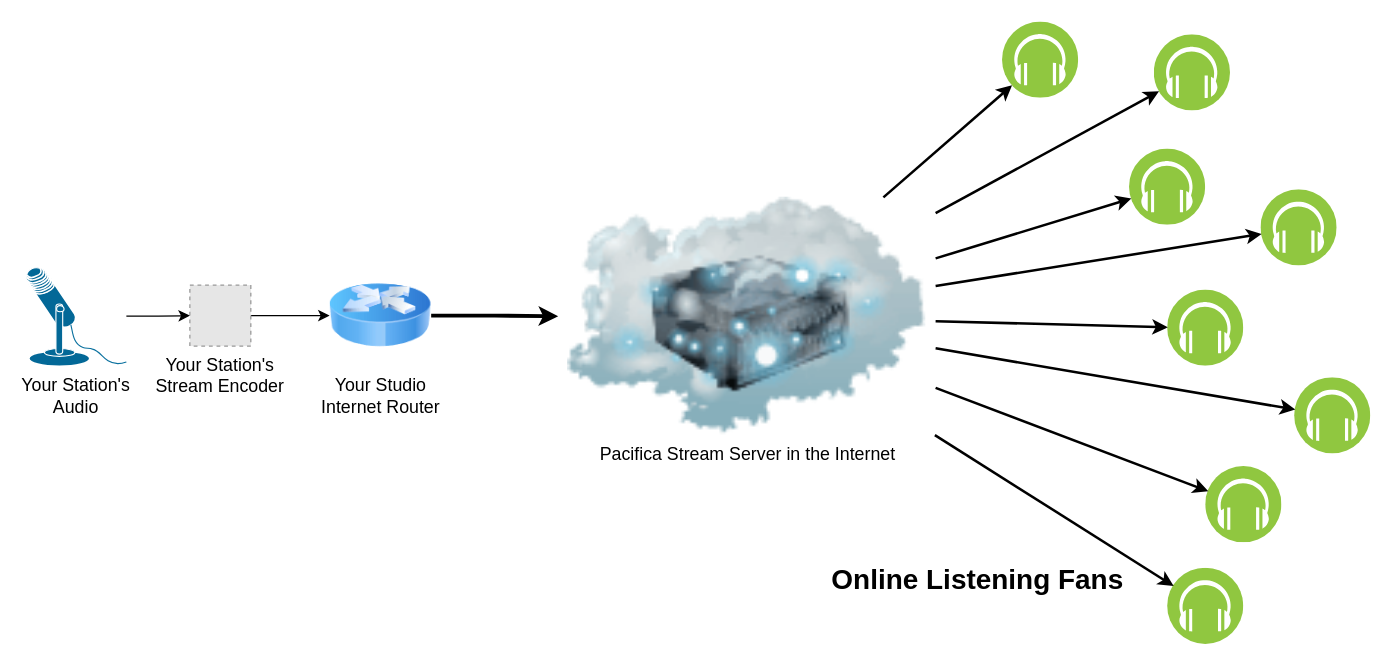
opensourceradio/ram keeps this draw.io diagram as docs/images/icecast-streaming.drawio. Above is the earlier version. Source tidied: cells renumbered, new cells numbered last; positions are measured from the earlier drawing's top-left corner, leaving out a move shared by most shapes. Both pictures are drawn from the tidied source at 127%, with x=0, y=0 at pixel (24, 22). Pictures stored in the file or linked from it are replaced by grey dashed boxes.
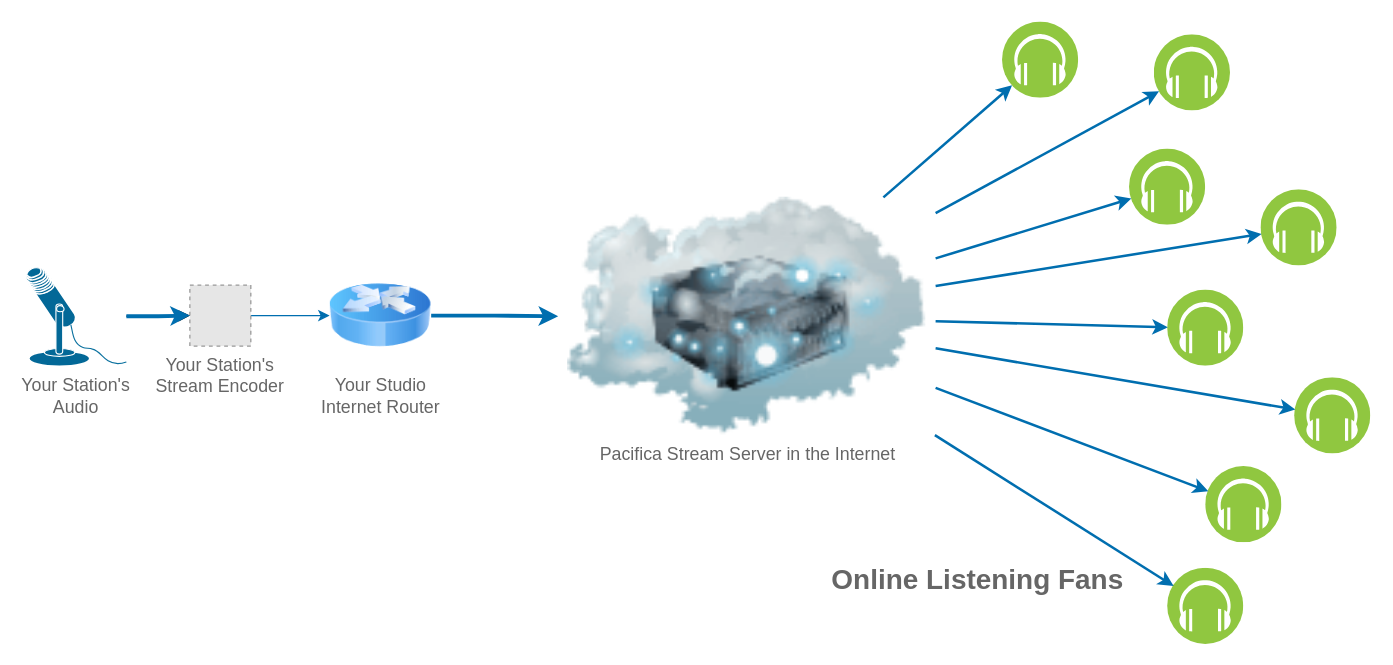
After the change.

Commit message (it also covers changes not shown here):
Ignore more drawio temp files.

Tweak image settings.

The change refers to these unchanged cells:
```xml
<mxCell id="9" style="perimeter=ellipsePerimeter;html=1;align=center;shadow=0;dashed=0;fontColor=#4277BB;labelBackgroundColor=#ffffff;fontSize=12;spacingTop=3;image;image=img/lib/ibm/blockchain/event_listener.svg;" parent="1" vertex="1">
  <mxGeometry x="870" y="100" width="60" height="60" as="geometry" />
</mxCell>
<mxCell id="10" style="perimeter=ellipsePerimeter;html=1;align=center;shadow=0;dashed=0;fontColor=#4277BB;labelBackgroundColor=#ffffff;fontSize=12;spacingTop=3;image;image=img/lib/ibm/blockchain/event_listener.svg;" parent="1" vertex="1">
  <mxGeometry x="889.5" y="10" width="60" height="60" as="geometry" />
</mxCell>
<mxCell id="11" style="perimeter=ellipsePerimeter;html=1;align=center;shadow=0;dashed=0;fontColor=#4277BB;labelBackgroundColor=#ffffff;fontSize=12;spacingTop=3;image;image=img/lib/ibm/blockchain/event_listener.svg;" parent="1" vertex="1">
  <mxGeometry x="770" width="60" height="60" as="geometry" />
</mxCell>
<mxCell id="12" style="perimeter=ellipsePerimeter;html=1;align=center;shadow=0;dashed=0;fontColor=#4277BB;labelBackgroundColor=#ffffff;fontSize=12;spacingTop=3;image;image=img/lib/ibm/blockchain/event_listener.svg;" parent="1" vertex="1">
  <mxGeometry x="973.5" y="132" width="60" height="60" as="geometry" />
</mxCell>
<mxCell id="13" style="perimeter=ellipsePerimeter;html=1;align=center;shadow=0;dashed=0;fontColor=#4277BB;labelBackgroundColor=#ffffff;fontSize=12;spacingTop=3;image;image=img/lib/ibm/blockchain/event_listener.svg;" parent="1" vertex="1">
  <mxGeometry x="900" y="211" width="60" height="60" as="geometry" />
</mxCell>
<mxCell id="14" style="perimeter=ellipsePerimeter;html=1;align=center;shadow=0;dashed=0;fontColor=#4277BB;labelBackgroundColor=#ffffff;fontSize=12;spacingTop=3;image;image=img/lib/ibm/blockchain/event_listener.svg;" parent="1" vertex="1">
  <mxGeometry x="1000" y="280" width="60" height="60" as="geometry" />
</mxCell>
<mxCell id="15" style="perimeter=ellipsePerimeter;html=1;align=center;shadow=0;dashed=0;fontColor=#4277BB;labelBackgroundColor=#ffffff;fontSize=12;spacingTop=3;image;image=img/lib/ibm/blockchain/event_listener.svg;" parent="1" vertex="1">
  <mxGeometry x="930" y="350" width="60" height="60" as="geometry" />
</mxCell>
<mxCell id="16" style="perimeter=ellipsePerimeter;html=1;align=center;shadow=0;dashed=0;fontColor=#4277BB;labelBackgroundColor=#ffffff;fontSize=12;spacingTop=3;image;image=img/lib/ibm/blockchain/event_listener.svg;" parent="1" vertex="1">
  <mxGeometry x="900" y="430" width="60" height="60" as="geometry" />
</mxCell>
```

Change to the diagram source:
```diff
@@
-    <mxCell id="2" style="edgeStyle=orthogonalEdgeStyle;rounded=0;jettySize=auto;html=1;entryX=0;entryY=0.5;entryDx=0;entryDy=0;" parent="1" edge="1" source="3" target="7">
+    <mxCell id="2" style="edgeStyle=orthogonalEdgeStyle;rounded=0;jettySize=auto;html=1;entryX=0;entryY=0.5;entryDx=0;entryDy=0;fillColor=#1ba1e2;strokeColor=#006EAF;" parent="1" edge="1" source="3" target="7">
       <mxGeometry relative="1" as="geometry" />
     </mxCell>
-    <mxCell id="3" value="Your Station's&#10;Stream Encoder" style="fillColor=#E6E6E6;strokeColor=#999999;dashed=1;verticalLabelPosition=bottom;verticalAlign=top;fontSize=14;" parent="1" vertex="1">
+    <mxCell id="3" value="Your Station's&#10;Stream Encoder" style="fillColor=#E6E6E6;strokeColor=#999999;dashed=1;verticalLabelPosition=bottom;verticalAlign=top;fontSize=14;fontColor=#666666;" parent="1" vertex="1">
       <mxGeometry x="130" y="207" width="48" height="48" as="geometry" />
     </mxCell>
@@
+    <mxCell id="26" style="edgeStyle=orthogonalEdgeStyle;rounded=0;jettySize=auto;html=1;strokeWidth=3;fontSize=14;fillColor=#1ba1e2;strokeColor=#006EAF;" parent="1" edge="1" source="5" target="3">
+      <mxGeometry relative="1" as="geometry" />
+    </mxCell>
-    <mxCell id="5" value="Your Station's&lt;br style=&quot;font-size: 14px;&quot;&gt;Audio" style="shape=mxgraph.cisco.computers_and_peripherals.microphone;html=1;dashed=0;fillColor=#036897;strokeColor=#ffffff;strokeWidth=2;verticalLabelPosition=bottom;verticalAlign=top;align=center;outlineConnect=0;fontSize=14;" parent="1" vertex="1">
+    <mxCell id="5" value="Your Station's&lt;br style=&quot;font-size: 14px;&quot;&gt;Audio" style="shape=mxgraph.cisco.computers_and_peripherals.microphone;html=1;dashed=0;fillColor=#036897;strokeColor=#ffffff;strokeWidth=2;verticalLabelPosition=bottom;verticalAlign=top;align=center;outlineConnect=0;fontSize=14;fontColor=#666666;" parent="1" vertex="1">
       <mxGeometry y="192" width="80" height="79" as="geometry" />
     </mxCell>
-    <mxCell id="6" style="edgeStyle=orthogonalEdgeStyle;rounded=0;jettySize=auto;html=1;entryX=0;entryY=0.5;entryDx=0;entryDy=0;strokeWidth=3;" parent="1" edge="1" source="7" target="8">
+    <mxCell id="6" style="edgeStyle=orthogonalEdgeStyle;rounded=0;jettySize=auto;html=1;entryX=0;entryY=0.5;entryDx=0;entryDy=0;strokeWidth=3;fillColor=#1ba1e2;strokeColor=#006EAF;" parent="1" edge="1" source="7" target="8">
       <mxGeometry relative="1" as="geometry" />
     </mxCell>
-    <mxCell id="7" value="Your Studio&lt;br style=&quot;font-size: 14px;&quot;&gt;Internet Router" style="image;html=1;image=img/lib/clip_art/networking/Router_Icon_128x128.png;fontSize=14;" parent="1" vertex="1">
+    <mxCell id="7" value="Your Studio&lt;br style=&quot;font-size: 14px;&quot;&gt;Internet Router" style="image;html=1;image=img/lib/clip_art/networking/Router_Icon_128x128.png;fontSize=14;fontColor=#666666;labelBackgroundColor=none;" parent="1" vertex="1">
       <mxGeometry x="240" y="191" width="80" height="80" as="geometry" />
     </mxCell>
-    <mxCell id="8" value="Pacifica Stream Server in the Internet" style="image;html=1;image=img/lib/clip_art/networking/Cloud_Server_128x128.png;shadow=0;dashed=0;fontFamily=Helvetica;fontSize=14;fontColor=default;align=center;strokeColor=default;fillColor=default;" parent="1" vertex="1">
+    <mxCell id="8" value="Pacifica Stream Server in the Internet" style="image;html=1;image=img/lib/clip_art/networking/Cloud_Server_128x128.png;shadow=0;dashed=0;fontFamily=Helvetica;fontSize=14;fontColor=#666666;align=center;strokeColor=default;fillColor=default;labelBackgroundColor=none;" parent="1" vertex="1">
       <mxGeometry x="420" y="137.9" width="297.2" height="187.2" as="geometry" />
     </mxCell>
@@
-    <mxCell id="17" style="endArrow=classic;html=1;rounded=0;strokeWidth=2;" parent="1" edge="1" source="8" target="11">
+    <mxCell id="17" style="endArrow=classic;html=1;rounded=0;strokeWidth=2;fillColor=#1ba1e2;strokeColor=#006EAF;" parent="1" edge="1" source="8" target="11">
       <mxGeometry relative="1" as="geometry" />
     </mxCell>
-    <mxCell id="18" style="endArrow=classic;html=1;rounded=0;strokeWidth=2;" parent="1" edge="1" source="8" target="10">
+    <mxCell id="18" style="endArrow=classic;html=1;rounded=0;strokeWidth=2;fillColor=#1ba1e2;strokeColor=#006EAF;" parent="1" edge="1" source="8" target="10">
       <mxGeometry relative="1" as="geometry" />
     </mxCell>
-    <mxCell id="19" style="endArrow=classic;html=1;rounded=0;strokeWidth=2;" parent="1" edge="1" source="8" target="9">
+    <mxCell id="19" style="endArrow=classic;html=1;rounded=0;strokeWidth=2;fillColor=#1ba1e2;strokeColor=#006EAF;" parent="1" edge="1" source="8" target="9">
       <mxGeometry relative="1" as="geometry" />
     </mxCell>
-    <mxCell id="20" style="endArrow=classic;html=1;rounded=0;strokeWidth=2;" parent="1" edge="1" source="8" target="12">
+    <mxCell id="20" style="endArrow=classic;html=1;rounded=0;strokeWidth=2;fillColor=#1ba1e2;strokeColor=#006EAF;" parent="1" edge="1" source="8" target="12">
       <mxGeometry relative="1" as="geometry" />
     </mxCell>
-    <mxCell id="21" style="endArrow=classic;html=1;rounded=0;strokeWidth=2;" parent="1" edge="1" source="8" target="13">
+    <mxCell id="21" style="endArrow=classic;html=1;rounded=0;strokeWidth=2;fillColor=#1ba1e2;strokeColor=#006EAF;" parent="1" edge="1" source="8" target="13">
       <mxGeometry relative="1" as="geometry" />
     </mxCell>
-    <mxCell id="22" style="endArrow=classic;html=1;rounded=0;strokeWidth=2;" parent="1" edge="1" source="8" target="14">
+    <mxCell id="22" style="endArrow=classic;html=1;rounded=0;strokeWidth=2;fillColor=#1ba1e2;strokeColor=#006EAF;" parent="1" edge="1" source="8" target="14">
       <mxGeometry relative="1" as="geometry" />
     </mxCell>
-    <mxCell id="23" style="endArrow=classic;html=1;rounded=0;strokeWidth=2;" parent="1" edge="1" source="8" target="15">
+    <mxCell id="23" style="endArrow=classic;html=1;rounded=0;strokeWidth=2;fillColor=#1ba1e2;strokeColor=#006EAF;" parent="1" edge="1" source="8" target="15">
       <mxGeometry relative="1" as="geometry" />
     </mxCell>
-    <mxCell id="24" style="endArrow=classic;html=1;rounded=0;strokeWidth=2;" parent="1" edge="1" source="8" target="16">
+    <mxCell id="24" style="endArrow=classic;html=1;rounded=0;strokeWidth=2;fillColor=#1ba1e2;strokeColor=#006EAF;" parent="1" edge="1" source="8" target="16">
       <mxGeometry relative="1" as="geometry" />
     </mxCell>
-    <mxCell id="25" value="Online Listening Fans" style="text;html=1;align=center;verticalAlign=middle;strokeColor=none;fillColor=none;fontStyle=1;fontSize=22;" parent="1" vertex="1">
+    <mxCell id="25" value="Online Listening Fans" style="text;html=1;align=center;verticalAlign=middle;strokeColor=none;fillColor=none;fontStyle=1;fontSize=22;fontColor=#666666;" parent="1" vertex="1">
       <mxGeometry x="625" y="420" width="250" height="40" as="geometry" />
     </mxCell>
```
